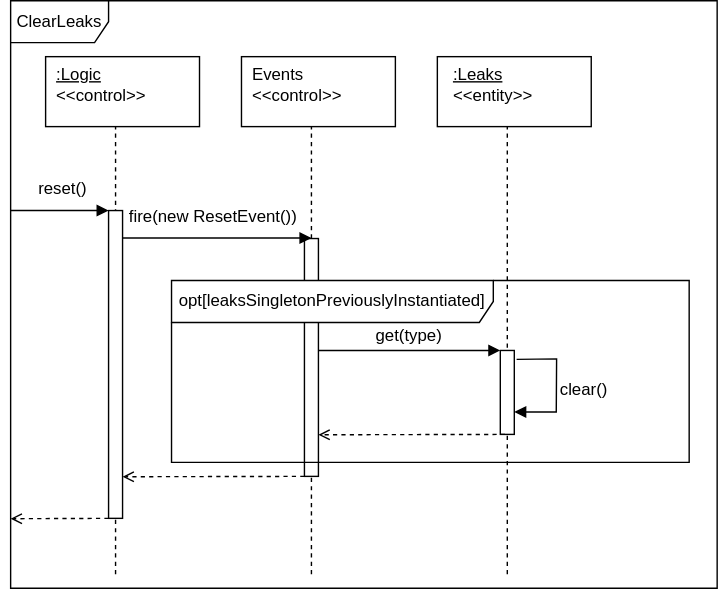
gabits17/Mindustry-Add-ons-SE-Project keeps this draw.io diagram as SE202526/Milestone3/UserStory2/assets/seqClearLeaks.svg. Above is the earlier version. Source tidied: cells renumbered, new cells last; positions are measured from the earlier drawing's top-left corner, leaving out a move shared by most shapes.
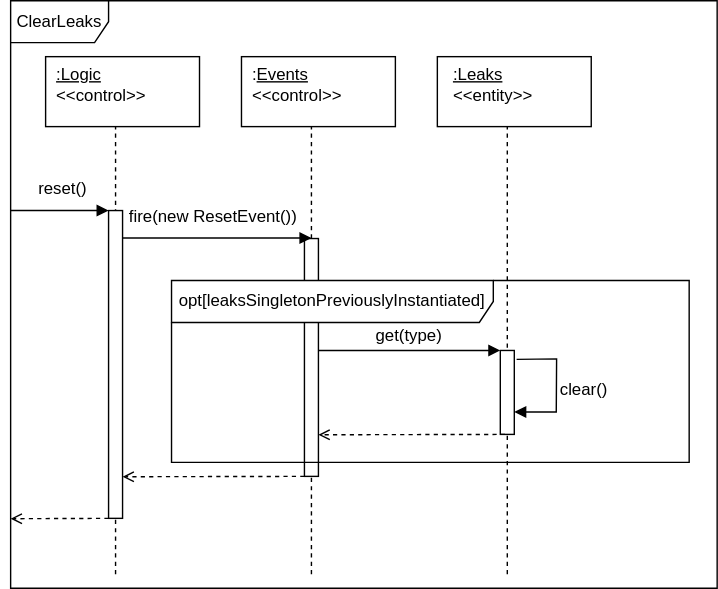
After the change.

Change to the diagram source:
```diff
@@ -20,7 +20,7 @@
     <mxCell id="6" value="&lt;div style=&quot;text-align: left;&quot;&gt;&lt;br&gt;&lt;/div&gt;" style="rounded=0;whiteSpace=wrap;html=1;" parent="1" vertex="1">
       <mxGeometry x="165" y="40" width="110" height="50" as="geometry" />
     </mxCell>
-    <mxCell id="7" value="&lt;div style=&quot;text-align: left;&quot;&gt;&lt;div&gt;&lt;span style=&quot;background-color: transparent; color: light-dark(rgb(0, 0, 0), rgb(255, 255, 255));&quot;&gt;Events&lt;/span&gt;&lt;/div&gt;&lt;div style=&quot;text-align: center;&quot;&gt;&amp;lt;&amp;lt;control&amp;gt;&amp;gt;&lt;/div&gt;&lt;/div&gt;" style="text;html=1;whiteSpace=wrap;strokeColor=none;fillColor=none;align=center;verticalAlign=middle;rounded=0;" parent="1" vertex="1">
+    <mxCell id="7" value="&lt;div style=&quot;text-align: left;&quot;&gt;&lt;div&gt;&lt;span style=&quot;background-color: transparent; color: light-dark(rgb(0, 0, 0), rgb(255, 255, 255));&quot;&gt;:&lt;u&gt;Events&lt;/u&gt;&lt;/span&gt;&lt;/div&gt;&lt;div style=&quot;text-align: center;&quot;&gt;&amp;lt;&amp;lt;control&amp;gt;&amp;gt;&lt;/div&gt;&lt;/div&gt;" style="text;html=1;whiteSpace=wrap;strokeColor=none;fillColor=none;align=center;verticalAlign=middle;rounded=0;" parent="1" vertex="1">
       <mxGeometry x="175" y="45" width="60" height="30" as="geometry" />
     </mxCell>
     <mxCell id="8" style="endArrow=none;dashed=1;html=1;rounded=0;entryX=0.5;entryY=1;entryDx=0;entryDy=0;" parent="1" edge="1">
```
